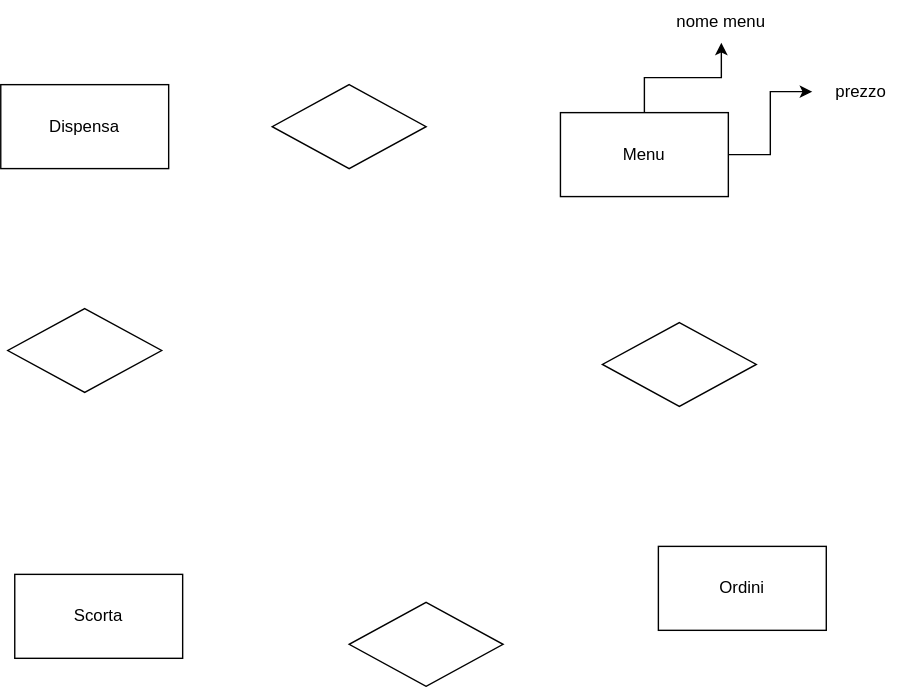
Before: E-R_diagram.svg, a diagram exported from draw.io (Santeenee/ExamProject). Source tidied: cells renumbered, new cells last; positions are measured from the earlier drawing's top-left corner, leaving out a move shared by most shapes. Source of this version:
```xml
<mxGraphModel>
  <root>
    <mxCell id="0" />
    <mxCell id="1" parent="0" />
    <mxCell id="2" value="Ordini" style="rounded=0;whiteSpace=wrap;html=1;" parent="1" vertex="1">
      <mxGeometry x="470" y="390" width="120" height="60" as="geometry" />
    </mxCell>
    <mxCell id="3" value="Scorta" style="rounded=0;whiteSpace=wrap;html=1;" parent="1" vertex="1">
      <mxGeometry x="10" y="410" width="120" height="60" as="geometry" />
    </mxCell>
    <mxCell id="4" style="edgeStyle=orthogonalEdgeStyle;rounded=0;jettySize=auto;html=1;" parent="1" edge="1" source="6" target="8">
      <mxGeometry relative="1" as="geometry" />
    </mxCell>
    <mxCell id="5" style="edgeStyle=orthogonalEdgeStyle;rounded=0;jettySize=auto;html=1;" parent="1" edge="1" source="6" target="9">
      <mxGeometry relative="1" as="geometry" />
    </mxCell>
    <mxCell id="6" value="Menu" style="rounded=0;whiteSpace=wrap;html=1;" parent="1" vertex="1">
      <mxGeometry x="400" y="80" width="120" height="60" as="geometry" />
    </mxCell>
    <mxCell id="7" value="Dispensa" style="rounded=0;whiteSpace=wrap;html=1;" parent="1" vertex="1">
      <mxGeometry y="60" width="120" height="60" as="geometry" />
    </mxCell>
    <mxCell id="8" value="nome menu" style="text;html=1;strokeColor=none;fillColor=none;align=center;verticalAlign=middle;whiteSpace=wrap;rounded=0;" parent="1" vertex="1">
      <mxGeometry x="480" width="70" height="30" as="geometry" />
    </mxCell>
    <mxCell id="9" value="prezzo" style="text;html=1;strokeColor=none;fillColor=none;align=center;verticalAlign=middle;whiteSpace=wrap;rounded=0;" parent="1" vertex="1">
      <mxGeometry x="580" y="50" width="70" height="30" as="geometry" />
    </mxCell>
    <mxCell id="10" style="rhombus;whiteSpace=wrap;html=1;" parent="1" vertex="1">
      <mxGeometry x="194" y="60" width="110" height="60" as="geometry" />
    </mxCell>
    <mxCell id="11" style="rhombus;whiteSpace=wrap;html=1;" parent="1" vertex="1">
      <mxGeometry x="5" y="220" width="110" height="60" as="geometry" />
    </mxCell>
    <mxCell id="12" style="rhombus;whiteSpace=wrap;html=1;" parent="1" vertex="1">
      <mxGeometry x="249" y="430" width="110" height="60" as="geometry" />
    </mxCell>
    <mxCell id="13" style="rhombus;whiteSpace=wrap;html=1;" parent="1" vertex="1">
      <mxGeometry x="430" y="230" width="110" height="60" as="geometry" />
    </mxCell>
  </root>
</mxGraphModel>
```
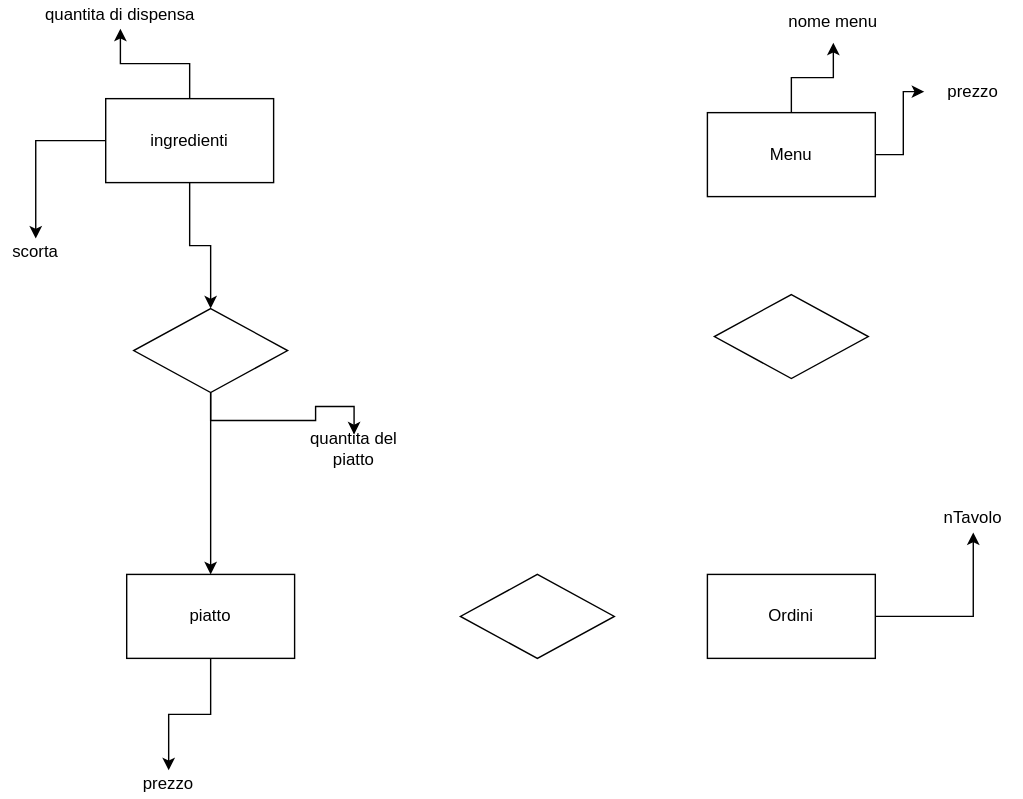
After the commit.

Diff of the diagram source:
```diff
@@ -2,10 +2,16 @@
   <root>
     <mxCell id="0" />
     <mxCell id="1" parent="0" />
+    <mxCell id="14" style="edgeStyle=orthogonalEdgeStyle;rounded=0;jettySize=auto;html=1;entryX=0.5;entryY=1;entryDx=0;entryDy=0;" parent="1" edge="1" source="2" target="18">
+      <mxGeometry relative="1" as="geometry" />
+    </mxCell>
     <mxCell id="2" value="Ordini" style="rounded=0;whiteSpace=wrap;html=1;" parent="1" vertex="1">
-      <mxGeometry x="470" y="390" width="120" height="60" as="geometry" />
+      <mxGeometry x="425" y="410" width="120" height="60" as="geometry" />
     </mxCell>
+    <mxCell id="15" style="edgeStyle=orthogonalEdgeStyle;rounded=0;jettySize=auto;html=1;" parent="1" edge="1" source="3" target="25">
+      <mxGeometry relative="1" as="geometry" />
+    </mxCell>
-    <mxCell id="3" value="Scorta" style="rounded=0;whiteSpace=wrap;html=1;" parent="1" vertex="1">
+    <mxCell id="3" value="piatto" style="rounded=0;whiteSpace=wrap;html=1;" parent="1" vertex="1">
       <mxGeometry x="10" y="410" width="120" height="60" as="geometry" />
     </mxCell>
     <mxCell id="4" style="edgeStyle=orthogonalEdgeStyle;rounded=0;jettySize=auto;html=1;" parent="1" edge="1" source="6" target="8">
@@ -15,28 +21,55 @@
       <mxGeometry relative="1" as="geometry" />
     </mxCell>
     <mxCell id="6" value="Menu" style="rounded=0;whiteSpace=wrap;html=1;" parent="1" vertex="1">
-      <mxGeometry x="400" y="80" width="120" height="60" as="geometry" />
+      <mxGeometry x="425" y="80" width="120" height="60" as="geometry" />
     </mxCell>
-    <mxCell id="7" value="Dispensa" style="rounded=0;whiteSpace=wrap;html=1;" parent="1" vertex="1">
-      <mxGeometry y="60" width="120" height="60" as="geometry" />
-    </mxCell>
     <mxCell id="8" value="nome menu" style="text;html=1;strokeColor=none;fillColor=none;align=center;verticalAlign=middle;whiteSpace=wrap;rounded=0;" parent="1" vertex="1">
       <mxGeometry x="480" width="70" height="30" as="geometry" />
     </mxCell>
     <mxCell id="9" value="prezzo" style="text;html=1;strokeColor=none;fillColor=none;align=center;verticalAlign=middle;whiteSpace=wrap;rounded=0;" parent="1" vertex="1">
       <mxGeometry x="580" y="50" width="70" height="30" as="geometry" />
     </mxCell>
+    <mxCell id="16" style="edgeStyle=orthogonalEdgeStyle;rounded=0;jettySize=auto;html=1;" parent="1" edge="1" source="10" target="3">
+      <mxGeometry relative="1" as="geometry" />
+    </mxCell>
+    <mxCell id="17" style="edgeStyle=orthogonalEdgeStyle;rounded=0;jettySize=auto;html=1;entryX=0.5;entryY=0;entryDx=0;entryDy=0;" parent="1" edge="1" source="10" target="26">
+      <mxGeometry relative="1" as="geometry" />
+    </mxCell>
     <mxCell id="10" style="rhombus;whiteSpace=wrap;html=1;" parent="1" vertex="1">
-      <mxGeometry x="194" y="60" width="110" height="60" as="geometry" />
+      <mxGeometry x="15" y="220" width="110" height="60" as="geometry" />
     </mxCell>
-    <mxCell id="11" style="rhombus;whiteSpace=wrap;html=1;" parent="1" vertex="1">
-      <mxGeometry x="5" y="220" width="110" height="60" as="geometry" />
-    </mxCell>
     <mxCell id="12" style="rhombus;whiteSpace=wrap;html=1;" parent="1" vertex="1">
-      <mxGeometry x="249" y="430" width="110" height="60" as="geometry" />
+      <mxGeometry x="248.5" y="410" width="110" height="60" as="geometry" />
     </mxCell>
     <mxCell id="13" style="rhombus;whiteSpace=wrap;html=1;" parent="1" vertex="1">
-      <mxGeometry x="430" y="230" width="110" height="60" as="geometry" />
+      <mxGeometry x="430" y="210" width="110" height="60" as="geometry" />
     </mxCell>
+    <mxCell id="18" value="nTavolo" style="text;html=1;strokeColor=none;fillColor=none;align=center;verticalAlign=middle;whiteSpace=wrap;rounded=0;" parent="1" vertex="1">
+      <mxGeometry x="590" y="360" width="50" height="20" as="geometry" />
+    </mxCell>
+    <mxCell id="19" style="edgeStyle=orthogonalEdgeStyle;rounded=0;jettySize=auto;html=1;" parent="1" edge="1" source="22" target="23">
+      <mxGeometry relative="1" as="geometry" />
+    </mxCell>
+    <mxCell id="20" style="edgeStyle=orthogonalEdgeStyle;rounded=0;jettySize=auto;html=1;" parent="1" edge="1" source="22" target="24">
+      <mxGeometry relative="1" as="geometry" />
+    </mxCell>
+    <mxCell id="21" style="edgeStyle=orthogonalEdgeStyle;rounded=0;jettySize=auto;html=1;entryX=0.5;entryY=0;entryDx=0;entryDy=0;" parent="1" edge="1" source="22" target="10">
+      <mxGeometry relative="1" as="geometry" />
+    </mxCell>
+    <mxCell id="22" value="ingredienti" style="rounded=0;whiteSpace=wrap;html=1;" parent="1" vertex="1">
+      <mxGeometry x="-5" y="70" width="120" height="60" as="geometry" />
+    </mxCell>
+    <mxCell id="23" value="quantita di dispensa" style="text;html=1;strokeColor=none;fillColor=none;align=center;verticalAlign=middle;whiteSpace=wrap;rounded=0;" parent="1" vertex="1">
+      <mxGeometry x="-59" width="129" height="20" as="geometry" />
+    </mxCell>
+    <mxCell id="24" value="scorta" style="text;html=1;strokeColor=none;fillColor=none;align=center;verticalAlign=middle;whiteSpace=wrap;rounded=0;" parent="1" vertex="1">
+      <mxGeometry x="-80" y="170" width="50" height="20" as="geometry" />
+    </mxCell>
+    <mxCell id="25" value="prezzo" style="text;html=1;strokeColor=none;fillColor=none;align=center;verticalAlign=middle;whiteSpace=wrap;rounded=0;" parent="1" vertex="1">
+      <mxGeometry x="20" y="550" width="40" height="20" as="geometry" />
+    </mxCell>
+    <mxCell id="26" value="quantita del piatto" style="text;html=1;strokeColor=none;fillColor=none;align=center;verticalAlign=middle;whiteSpace=wrap;rounded=0;" parent="1" vertex="1">
+      <mxGeometry x="125" y="310" width="95" height="20" as="geometry" />
+    </mxCell>
   </root>
 </mxGraphModel>
```
